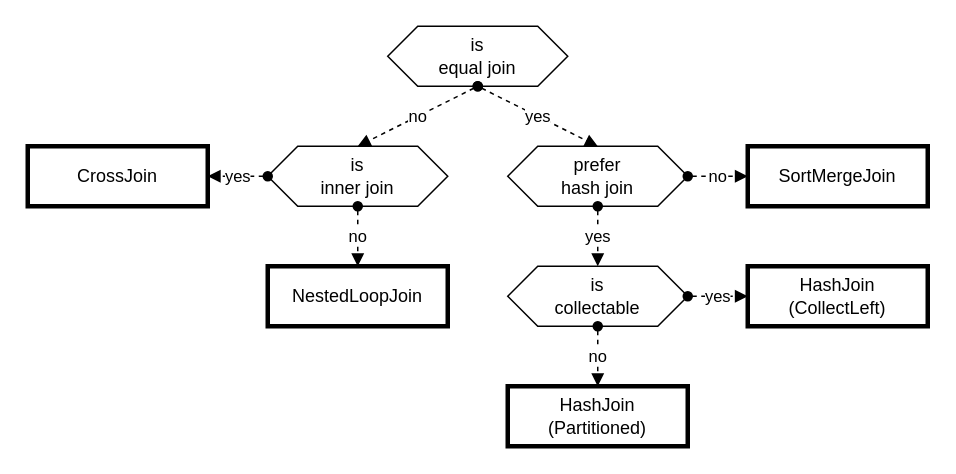
Before: page "join" (5 of 5) of datafusion/datafusion.drawio in haruband/codebook, a draw.io diagram. Source tidied: cells renumbered, new cells numbered last; positions are measured from the earlier drawing's top-left corner, leaving out a move shared by most shapes. Both pictures are drawn from the tidied source at 150%, with x=0, y=0 at pixel (27, 26).
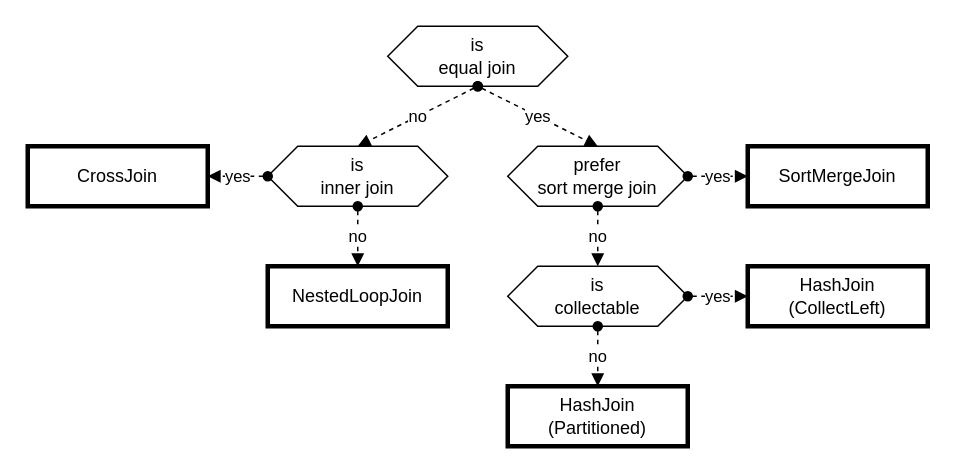
The same page after the edit.

The edit, as a diff of the source:
```diff
@@
 <mxGraphModel>
   <root>
     <mxCell id="0" />
     <mxCell id="1" parent="0" />
     <mxCell id="2" value="SortMergeJoin" style="rounded=0;whiteSpace=wrap;html=1;fontSize=12;strokeWidth=3;" parent="1" vertex="1">
       <mxGeometry x="480" y="80" width="120" height="40" as="geometry" />
     </mxCell>
     <mxCell id="3" value="HashJoin&lt;div&gt;(CollectLeft)&lt;/div&gt;" style="rounded=0;whiteSpace=wrap;html=1;fontSize=12;strokeWidth=3;" parent="1" vertex="1">
       <mxGeometry x="480" y="160" width="120" height="40" as="geometry" />
     </mxCell>
     <mxCell id="4" value="HashJoin&lt;div&gt;(Partitioned)&lt;/div&gt;" style="rounded=0;whiteSpace=wrap;html=1;fontSize=12;strokeWidth=3;" parent="1" vertex="1">
       <mxGeometry x="320" y="240" width="120" height="40" as="geometry" />
     </mxCell>
     <mxCell id="5" value="CrossJoin" style="rounded=0;whiteSpace=wrap;html=1;fontSize=12;strokeWidth=3;" parent="1" vertex="1">
       <mxGeometry y="80" width="120" height="40" as="geometry" />
     </mxCell>
     <mxCell id="6" value="NestedLoopJoin" style="rounded=0;whiteSpace=wrap;html=1;fontSize=12;strokeWidth=3;" parent="1" vertex="1">
       <mxGeometry x="160" y="160" width="120" height="40" as="geometry" />
     </mxCell>
     <mxCell id="7" value="is&lt;div&gt;equal join&lt;/div&gt;" style="shape=hexagon;perimeter=hexagonPerimeter2;whiteSpace=wrap;html=1;fixedSize=1;" parent="1" vertex="1">
       <mxGeometry x="240" width="120" height="40" as="geometry" />
     </mxCell>
     <mxCell id="8" value="is&lt;div&gt;inner join&lt;/div&gt;" style="shape=hexagon;perimeter=hexagonPerimeter2;whiteSpace=wrap;html=1;fixedSize=1;" parent="1" vertex="1">
       <mxGeometry x="160" y="80" width="120" height="40" as="geometry" />
     </mxCell>
-    <mxCell id="9" value="prefer&lt;div&gt;&lt;span style=&quot;background-color: initial;&quot;&gt;hash join&lt;/span&gt;&lt;/div&gt;" style="shape=hexagon;perimeter=hexagonPerimeter2;whiteSpace=wrap;html=1;fixedSize=1;" parent="1" vertex="1">
+    <mxCell id="9" value="prefer&lt;div&gt;sort merge join&lt;/div&gt;" style="shape=hexagon;perimeter=hexagonPerimeter2;whiteSpace=wrap;html=1;fixedSize=1;" parent="1" vertex="1">
       <mxGeometry x="320" y="80" width="120" height="40" as="geometry" />
     </mxCell>
     <mxCell id="10" value="is&lt;div&gt;collectable&lt;/div&gt;" style="shape=hexagon;perimeter=hexagonPerimeter2;whiteSpace=wrap;html=1;fixedSize=1;" parent="1" vertex="1">
       <mxGeometry x="320" y="160" width="120" height="40" as="geometry" />
     </mxCell>
     <mxCell id="11" value="no" style="rounded=0;jettySize=auto;html=1;dashed=1;startArrow=oval;startFill=1;endArrow=block;endFill=1;exitX=0.5;exitY=1;exitDx=0;exitDy=0;entryX=0.5;entryY=0;entryDx=0;entryDy=0;" parent="1" edge="1" source="7" target="8">
       <mxGeometry relative="1" as="geometry" />
     </mxCell>
     <mxCell id="12" value="yes" style="rounded=0;jettySize=auto;html=1;dashed=1;startArrow=oval;startFill=1;endArrow=block;endFill=1;exitX=0.5;exitY=1;exitDx=0;exitDy=0;entryX=0.5;entryY=0;entryDx=0;entryDy=0;" parent="1" edge="1" source="7" target="9">
       <mxGeometry relative="1" as="geometry" />
     </mxCell>
-    <mxCell id="13" value="no" style="rounded=0;jettySize=auto;html=1;dashed=1;startArrow=oval;startFill=1;endArrow=block;endFill=1;exitX=1;exitY=0.5;exitDx=0;exitDy=0;entryX=0;entryY=0.5;entryDx=0;entryDy=0;" parent="1" edge="1" source="9" target="2">
+    <mxCell id="13" value="yes" style="rounded=0;jettySize=auto;html=1;dashed=1;startArrow=oval;startFill=1;endArrow=block;endFill=1;exitX=1;exitY=0.5;exitDx=0;exitDy=0;entryX=0;entryY=0.5;entryDx=0;entryDy=0;" parent="1" edge="1" source="9" target="2">
       <mxGeometry relative="1" as="geometry" />
     </mxCell>
     <mxCell id="14" value="yes" style="rounded=0;jettySize=auto;html=1;dashed=1;startArrow=oval;startFill=1;endArrow=block;endFill=1;exitX=1;exitY=0.5;exitDx=0;exitDy=0;" parent="1" edge="1" source="10" target="3">
       <mxGeometry relative="1" as="geometry" />
     </mxCell>
-    <mxCell id="15" value="yes" style="rounded=0;jettySize=auto;html=1;dashed=1;startArrow=oval;startFill=1;endArrow=block;endFill=1;exitX=0.5;exitY=1;exitDx=0;exitDy=0;entryX=0.5;entryY=0;entryDx=0;entryDy=0;" parent="1" edge="1" source="9" target="10">
+    <mxCell id="15" value="no" style="rounded=0;jettySize=auto;html=1;dashed=1;startArrow=oval;startFill=1;endArrow=block;endFill=1;exitX=0.5;exitY=1;exitDx=0;exitDy=0;entryX=0.5;entryY=0;entryDx=0;entryDy=0;" parent="1" edge="1" source="9" target="10">
       <mxGeometry relative="1" as="geometry" />
     </mxCell>
     <mxCell id="16" value="no" style="rounded=0;jettySize=auto;html=1;dashed=1;startArrow=oval;startFill=1;endArrow=block;endFill=1;exitX=0.5;exitY=1;exitDx=0;exitDy=0;entryX=0.5;entryY=0;entryDx=0;entryDy=0;" parent="1" edge="1" source="10" target="4">
       <mxGeometry relative="1" as="geometry" />
     </mxCell>
     <mxCell id="17" value="no" style="rounded=0;jettySize=auto;html=1;dashed=1;startArrow=oval;startFill=1;endArrow=block;endFill=1;exitX=0.5;exitY=1;exitDx=0;exitDy=0;" parent="1" edge="1" source="8" target="6">
       <mxGeometry relative="1" as="geometry" />
     </mxCell>
     <mxCell id="18" value="yes" style="rounded=0;jettySize=auto;html=1;dashed=1;startArrow=oval;startFill=1;endArrow=block;endFill=1;exitX=0;exitY=0.5;exitDx=0;exitDy=0;entryX=1;entryY=0.5;entryDx=0;entryDy=0;" parent="1" edge="1" source="8" target="5">
       <mxGeometry relative="1" as="geometry" />
     </mxCell>
   </root>
 </mxGraphModel>
```
